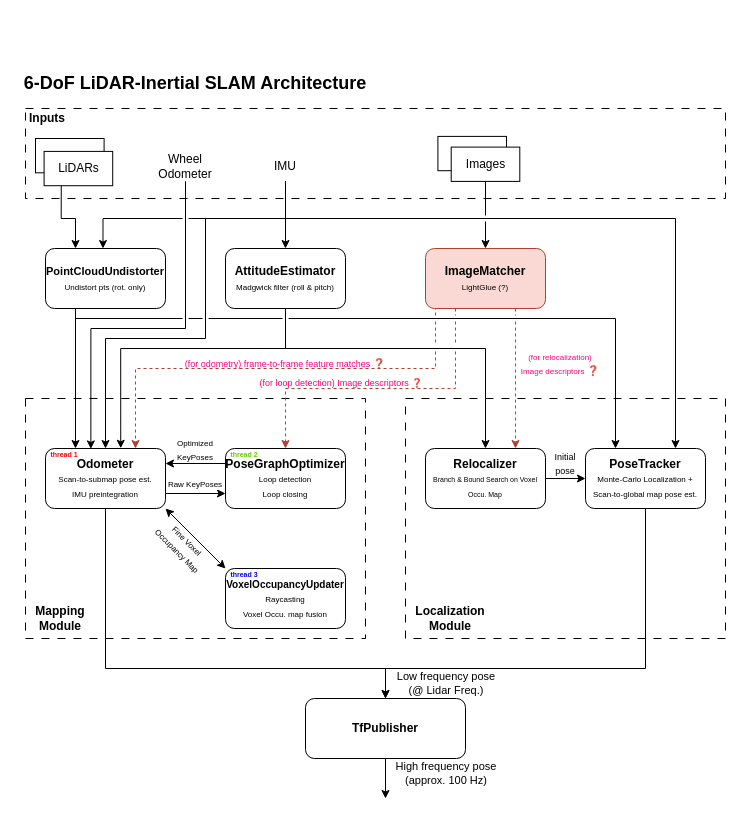
Earlier version of the draw.io diagram 3D SLAM.drawio (chkim-holiday/draw_io_storage). Source tidied: cells renumbered, new cells numbered last; positions are measured from the earlier drawing's top-left corner, leaving out a move shared by most shapes. Both pictures are drawn from the tidied source at 100%, with x=0, y=0 at pixel (17, 68).
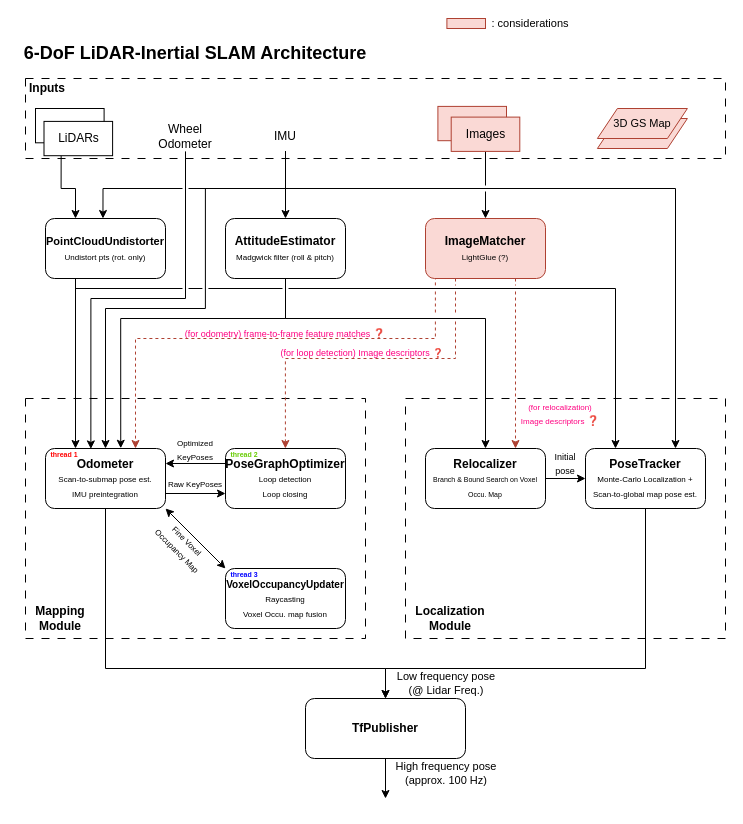
Above is the later version.

Unchanged cells that the change refers to:
```xml
<mxCell id="25" value="&lt;b&gt;PoseGraphOptimizer&lt;/b&gt;&lt;div&gt;&lt;font style=&quot;font-size: 8px;&quot;&gt;Loop detection&lt;/font&gt;&lt;/div&gt;&lt;div&gt;&lt;font style=&quot;font-size: 8px;&quot;&gt;Loop closing&lt;/font&gt;&lt;/div&gt;" style="rounded=1;whiteSpace=wrap;html=1;" parent="1" vertex="1">
  <mxGeometry x="208" y="380" width="120" height="60" as="geometry" />
</mxCell>
<mxCell id="28" value="&lt;b&gt;PoseTracker&lt;/b&gt;&lt;div&gt;&lt;font style=&quot;font-size: 8px;&quot;&gt;Monte-Carlo Localization +&lt;/font&gt;&lt;/div&gt;&lt;div&gt;&lt;span style=&quot;font-size: 8px;&quot;&gt;Scan-to-global map pose est.&lt;/span&gt;&lt;/div&gt;" style="rounded=1;whiteSpace=wrap;html=1;" parent="1" vertex="1">
  <mxGeometry x="568" y="380" width="120" height="60" as="geometry" />
</mxCell>
<mxCell id="30" value="&lt;b&gt;Relocalizer&lt;/b&gt;&lt;div&gt;&lt;font style=&quot;font-size: 7px;&quot;&gt;Branch &amp;amp; Bound Search on Voxel Occu. Map&lt;/font&gt;&lt;/div&gt;" style="rounded=1;whiteSpace=wrap;html=1;" parent="1" vertex="1">
  <mxGeometry x="408" y="380" width="120" height="60" as="geometry" />
</mxCell>
<mxCell id="34" value="&lt;b&gt;Odometer&lt;/b&gt;&lt;div&gt;&lt;font style=&quot;font-size: 8px;&quot;&gt;Scan-to-submap pose est.&lt;/font&gt;&lt;/div&gt;&lt;div&gt;&lt;font style=&quot;font-size: 8px;&quot;&gt;IMU preintegration&lt;/font&gt;&lt;/div&gt;" style="rounded=1;whiteSpace=wrap;html=1;" parent="1" vertex="1">
  <mxGeometry x="28" y="380" width="120" height="60" as="geometry" />
</mxCell>
```

What changed in the source:
```diff
@@
-    <mxCell id="2" style="rounded=0;whiteSpace=wrap;html=1;dashed=1;dashPattern=8 8;" parent="1" vertex="1">
+    <mxCell id="2" style="rounded=0;whiteSpace=wrap;html=1;dashed=1;dashPattern=8 8;fillColor=none;" parent="1" vertex="1">
       <mxGeometry x="8" y="330" width="340" height="240" as="geometry" />
     </mxCell>
-    <mxCell id="3" value="&lt;font style=&quot;font-size: 8px;&quot;&gt;Optimized KeyPoses&lt;/font&gt;" style="text;html=1;whiteSpace=wrap;strokeColor=none;fillColor=none;align=center;verticalAlign=middle;rounded=0;fontFamily=Helvetica;fontSize=11;fontColor=default;labelBackgroundColor=default;" parent="1" vertex="1">
+    <mxCell id="3" value="&lt;font style=&quot;font-size: 8px;&quot;&gt;Optimized KeyPoses&lt;/font&gt;" style="text;html=1;whiteSpace=wrap;strokeColor=none;fillColor=none;align=center;verticalAlign=middle;rounded=0;fontFamily=Helvetica;fontSize=11;fontColor=default;labelBackgroundColor=none;" parent="1" vertex="1">
       <mxGeometry x="148" y="369" width="60" height="24" as="geometry" />
     </mxCell>
-    <mxCell id="4" style="rounded=0;whiteSpace=wrap;html=1;dashed=1;dashPattern=8 8;" parent="1" vertex="1">
+    <mxCell id="4" style="rounded=0;whiteSpace=wrap;html=1;dashed=1;dashPattern=8 8;fillColor=none;" parent="1" vertex="1">
       <mxGeometry x="388" y="330" width="320" height="240" as="geometry" />
     </mxCell>
     <mxCell id="5" style="rounded=0;whiteSpace=wrap;html=1;dashed=1;dashPattern=8 8;" parent="1" vertex="1">
-      <mxGeometry x="8" y="40" width="700" height="90" as="geometry" />
+      <mxGeometry x="8" y="10" width="700" height="80" as="geometry" />
     </mxCell>
@@
     <mxCell id="7" style="edgeStyle=orthogonalEdgeStyle;shape=connector;rounded=0;jumpStyle=gap;jettySize=auto;html=1;exitX=0.5;exitY=1;exitDx=0;exitDy=0;entryX=0.5;entryY=0;entryDx=0;entryDy=0;strokeColor=default;align=center;verticalAlign=middle;fontFamily=Helvetica;fontSize=11;fontColor=default;labelBackgroundColor=default;endArrow=classic;" parent="1" edge="1" source="9" target="34">
       <mxGeometry relative="1" as="geometry">
         <Array as="points">
-          <mxPoint x="268" y="150" />
-          <mxPoint x="188" y="150" />
-          <mxPoint x="188" y="270" />
-          <mxPoint x="88" y="270" />
+          <mxPoint x="267.9" y="120" />
+          <mxPoint x="187.9" y="120" />
+          <mxPoint x="187.9" y="240" />
+          <mxPoint x="87.9" y="240" />
         </Array>
       </mxGeometry>
     </mxCell>
     <mxCell id="8" style="edgeStyle=orthogonalEdgeStyle;shape=connector;rounded=0;jumpStyle=gap;jettySize=auto;html=1;exitX=0.5;exitY=1;exitDx=0;exitDy=0;entryX=0.75;entryY=0;entryDx=0;entryDy=0;strokeColor=default;align=center;verticalAlign=middle;fontFamily=Helvetica;fontSize=11;fontColor=default;labelBackgroundColor=default;endArrow=classic;" parent="1" edge="1" source="9" target="28">
       <mxGeometry relative="1" as="geometry">
         <Array as="points">
-          <mxPoint x="268" y="150" />
-          <mxPoint x="658" y="150" />
+          <mxPoint x="267.9" y="120" />
+          <mxPoint x="657.9" y="120" />
         </Array>
       </mxGeometry>
     </mxCell>
     <mxCell id="9" value="IMU" style="text;html=1;whiteSpace=wrap;strokeColor=none;fillColor=none;align=center;verticalAlign=middle;rounded=0;" parent="1" vertex="1">
-      <mxGeometry x="248" y="82.9" width="40" height="30" as="geometry" />
+      <mxGeometry x="248" y="52.9" width="40" height="30" as="geometry" />
     </mxCell>
     <mxCell id="10" style="edgeStyle=orthogonalEdgeStyle;shape=connector;rounded=0;jumpStyle=gap;jettySize=auto;html=1;exitX=0.5;exitY=1;exitDx=0;exitDy=0;strokeColor=default;align=center;verticalAlign=middle;fontFamily=Helvetica;fontSize=11;fontColor=default;labelBackgroundColor=default;endArrow=classic;entryX=0.378;entryY=0.007;entryDx=0;entryDy=0;entryPerimeter=0;" parent="1" edge="1" source="11" target="34">
       <mxGeometry relative="1" as="geometry">
         <Array as="points">
-          <mxPoint x="168" y="260" />
-          <mxPoint x="73" y="260" />
-          <mxPoint x="73" y="380" />
+          <mxPoint x="167.9" y="230" />
+          <mxPoint x="72.9" y="230" />
+          <mxPoint x="72.9" y="380" />
         </Array>
       </mxGeometry>
     </mxCell>
     <mxCell id="11" value="Wheel&lt;br&gt;Odometer" style="text;html=1;whiteSpace=wrap;strokeColor=none;fillColor=none;align=center;verticalAlign=middle;rounded=0;" parent="1" vertex="1">
-      <mxGeometry x="148" y="82.9" width="40" height="30" as="geometry" />
+      <mxGeometry x="148" y="52.9" width="40" height="30" as="geometry" />
     </mxCell>
     <mxCell id="12" value="&lt;b&gt;Inputs&lt;/b&gt;" style="text;html=1;whiteSpace=wrap;strokeColor=none;fillColor=none;align=center;verticalAlign=middle;rounded=0;" parent="1" vertex="1">
-      <mxGeometry x="8" y="40" width="43.9" height="20" as="geometry" />
+      <mxGeometry x="8" y="10" width="43.9" height="20" as="geometry" />
     </mxCell>
     <mxCell id="13" value="&lt;b&gt;&lt;font style=&quot;font-size: 18px;&quot;&gt;6-DoF LiDAR-Inertial SLAM Architecture&lt;/font&gt;&lt;/b&gt;" style="text;html=1;whiteSpace=wrap;strokeColor=none;fillColor=none;align=center;verticalAlign=middle;rounded=0;" parent="1" vertex="1">
-      <mxGeometry x="-0.1" width="356.1" height="30" as="geometry" />
+      <mxGeometry x="-0.1" y="-30" width="356.1" height="30" as="geometry" />
     </mxCell>
     <mxCell id="14" style="rounded=0;whiteSpace=wrap;html=1;" parent="1" vertex="1">
-      <mxGeometry x="18" y="70" width="68.6" height="34.3" as="geometry" />
+      <mxGeometry x="18" y="40" width="68.6" height="34.3" as="geometry" />
     </mxCell>
     <mxCell id="15" style="edgeStyle=orthogonalEdgeStyle;rounded=0;jettySize=auto;html=1;exitX=0.25;exitY=1;exitDx=0;exitDy=0;entryX=0.25;entryY=0;entryDx=0;entryDy=0;jumpStyle=gap;shadow=0;flowAnimation=0;" parent="1" edge="1" source="16" target="21">
       <mxGeometry relative="1" as="geometry">
         <Array as="points">
-          <mxPoint x="44" y="150" />
-          <mxPoint x="58" y="150" />
+          <mxPoint x="44" y="120" />
+          <mxPoint x="58" y="120" />
         </Array>
       </mxGeometry>
     </mxCell>
     <mxCell id="16" value="LiDARs" style="rounded=0;whiteSpace=wrap;html=1;" parent="1" vertex="1">
-      <mxGeometry x="26.6" y="82.9" width="68.6" height="34.3" as="geometry" />
+      <mxGeometry x="26.5" y="52.9" width="68.6" height="34.3" as="geometry" />
     </mxCell>
-    <mxCell id="17" style="rounded=0;whiteSpace=wrap;html=1;" parent="1" vertex="1">
-      <mxGeometry x="420.4" y="67.9" width="68.6" height="34.3" as="geometry" />
+    <mxCell id="17" style="rounded=0;whiteSpace=wrap;html=1;fillColor=#fad9d5;strokeColor=#ae4132;" parent="1" vertex="1">
+      <mxGeometry x="420.4" y="37.9" width="68.6" height="34.3" as="geometry" />
     </mxCell>
     <mxCell id="18" style="edgeStyle=orthogonalEdgeStyle;shape=connector;rounded=0;jumpStyle=gap;jettySize=auto;html=1;exitX=0.5;exitY=1;exitDx=0;exitDy=0;entryX=0.5;entryY=0;entryDx=0;entryDy=0;strokeColor=default;align=center;verticalAlign=middle;fontFamily=Helvetica;fontSize=11;fontColor=default;labelBackgroundColor=default;endArrow=classic;" parent="1" edge="1" source="19" target="36">
       <mxGeometry relative="1" as="geometry">
         <Array as="points">
-          <mxPoint x="468" y="150" />
-          <mxPoint x="468" y="150" />
+          <mxPoint x="468" y="120" />
+          <mxPoint x="468" y="120" />
         </Array>
       </mxGeometry>
     </mxCell>
-    <mxCell id="19" value="Images" style="rounded=0;whiteSpace=wrap;html=1;" parent="1" vertex="1">
-      <mxGeometry x="433.7" y="78.6" width="68.6" height="34.3" as="geometry" />
+    <mxCell id="19" value="Images" style="rounded=0;whiteSpace=wrap;html=1;fillColor=#fad9d5;strokeColor=#ae4132;" parent="1" vertex="1">
+      <mxGeometry x="433.7" y="48.6" width="68.6" height="34.3" as="geometry" />
     </mxCell>
@@
     <mxCell id="21" value="&lt;b&gt;&lt;font style=&quot;font-size: 11px;&quot;&gt;PointCloudUndistorter&lt;/font&gt;&lt;/b&gt;&lt;div&gt;&lt;font style=&quot;font-size: 8px;&quot;&gt;Undistort pts (rot. only)&lt;/font&gt;&lt;/div&gt;" style="rounded=1;whiteSpace=wrap;html=1;" parent="1" vertex="1">
-      <mxGeometry x="28" y="180" width="120" height="60" as="geometry" />
+      <mxGeometry x="28" y="150" width="120" height="60" as="geometry" />
     </mxCell>
     <mxCell id="22" style="edgeStyle=orthogonalEdgeStyle;shape=connector;rounded=0;jumpStyle=gap;jettySize=auto;html=1;exitX=0.5;exitY=1;exitDx=0;exitDy=0;entryX=0.5;entryY=0;entryDx=0;entryDy=0;strokeColor=default;align=center;verticalAlign=middle;fontFamily=Helvetica;fontSize=11;fontColor=default;labelBackgroundColor=default;endArrow=classic;" parent="1" edge="1" source="23" target="30">
       <mxGeometry relative="1" as="geometry">
         <Array as="points">
-          <mxPoint x="268" y="280" />
-          <mxPoint x="468" y="280" />
+          <mxPoint x="267.9" y="250" />
+          <mxPoint x="467.9" y="250" />
         </Array>
       </mxGeometry>
     </mxCell>
     <mxCell id="23" value="&lt;b&gt;AttitudeEstimator&lt;/b&gt;&lt;div&gt;&lt;font style=&quot;font-size: 8px;&quot;&gt;Madgwick filter (roll &amp;amp; pitch)&lt;/font&gt;&lt;/div&gt;" style="rounded=1;whiteSpace=wrap;html=1;" parent="1" vertex="1">
-      <mxGeometry x="208" y="180" width="120" height="60" as="geometry" />
+      <mxGeometry x="208" y="150" width="120" height="60" as="geometry" />
     </mxCell>
@@
     <mxCell id="29" style="edgeStyle=orthogonalEdgeStyle;rounded=0;jettySize=auto;html=1;exitX=0.5;exitY=1;exitDx=0;exitDy=0;entryX=0.479;entryY=0;entryDx=0;entryDy=0;entryPerimeter=0;jumpStyle=gap;" parent="1" edge="1" source="9" target="21">
       <mxGeometry relative="1" as="geometry">
         <Array as="points">
-          <mxPoint x="268" y="150" />
-          <mxPoint x="86" y="150" />
+          <mxPoint x="268" y="120" />
+          <mxPoint x="86" y="120" />
         </Array>
       </mxGeometry>
     </mxCell>
@@
     <mxCell id="35" style="edgeStyle=orthogonalEdgeStyle;shape=connector;rounded=0;jumpStyle=gap;jettySize=auto;html=1;exitX=0.5;exitY=1;exitDx=0;exitDy=0;entryX=0.627;entryY=-0.004;entryDx=0;entryDy=0;strokeColor=default;align=center;verticalAlign=middle;fontFamily=Helvetica;fontSize=11;fontColor=default;labelBackgroundColor=default;endArrow=classic;entryPerimeter=0;" parent="1" edge="1" source="23" target="34">
       <mxGeometry relative="1" as="geometry">
         <Array as="points">
-          <mxPoint x="268" y="280" />
-          <mxPoint x="103" y="280" />
-          <mxPoint x="103" y="380" />
+          <mxPoint x="267.9" y="250" />
+          <mxPoint x="102.9" y="250" />
+          <mxPoint x="102.9" y="380" />
         </Array>
       </mxGeometry>
     </mxCell>
     <mxCell id="36" value="&lt;b&gt;ImageMatcher&lt;/b&gt;&lt;div&gt;&lt;font style=&quot;font-size: 8px;&quot;&gt;LightGlue (?)&lt;/font&gt;&lt;/div&gt;" style="rounded=1;whiteSpace=wrap;html=1;fillColor=#fad9d5;strokeColor=#ae4132;" parent="1" vertex="1">
-      <mxGeometry x="408" y="180" width="120" height="60" as="geometry" />
+      <mxGeometry x="408" y="150" width="120" height="60" as="geometry" />
     </mxCell>
@@
     <mxCell id="38" style="edgeStyle=orthogonalEdgeStyle;shape=connector;rounded=0;jumpStyle=gap;jettySize=auto;html=1;exitX=0.25;exitY=1;exitDx=0;exitDy=0;entryX=0.25;entryY=0;entryDx=0;entryDy=0;strokeColor=default;align=center;verticalAlign=middle;fontFamily=Helvetica;fontSize=11;fontColor=default;labelBackgroundColor=default;endArrow=classic;" parent="1" edge="1" source="21" target="28">
       <mxGeometry relative="1" as="geometry">
         <Array as="points">
-          <mxPoint x="58" y="250" />
-          <mxPoint x="598" y="250" />
+          <mxPoint x="57.9" y="220" />
+          <mxPoint x="597.9" y="220" />
         </Array>
       </mxGeometry>
     </mxCell>
-    <mxCell id="39" value="&lt;font style=&quot;font-size: 8px;&quot;&gt;Fine Voxel Occupancy Map&lt;/font&gt;" style="text;html=1;whiteSpace=wrap;strokeColor=none;fillColor=none;align=center;verticalAlign=middle;rounded=0;fontFamily=Helvetica;fontSize=11;fontColor=default;labelBackgroundColor=default;rotation=45;" parent="1" vertex="1">
+    <mxCell id="39" value="&lt;font style=&quot;font-size: 8px;&quot;&gt;Fine Voxel Occupancy Map&lt;/font&gt;" style="text;html=1;whiteSpace=wrap;strokeColor=none;fillColor=none;align=center;verticalAlign=middle;rounded=0;fontFamily=Helvetica;fontSize=11;fontColor=default;labelBackgroundColor=none;rotation=45;" parent="1" vertex="1">
       <mxGeometry x="135.5" y="466.5" width="60" height="20" as="geometry" />
     </mxCell>
-    <mxCell id="40" value="&lt;font style=&quot;font-size: 8px;&quot;&gt;Raw KeyPoses&lt;/font&gt;" style="text;html=1;whiteSpace=wrap;strokeColor=none;fillColor=none;align=center;verticalAlign=middle;rounded=0;fontFamily=Helvetica;fontSize=11;fontColor=default;labelBackgroundColor=default;" parent="1" vertex="1">
+    <mxCell id="40" value="&lt;font style=&quot;font-size: 8px;&quot;&gt;Raw KeyPoses&lt;/font&gt;" style="text;html=1;whiteSpace=wrap;strokeColor=none;fillColor=none;align=center;verticalAlign=middle;rounded=0;fontFamily=Helvetica;fontSize=11;fontColor=default;labelBackgroundColor=none;" parent="1" vertex="1">
       <mxGeometry x="148" y="410" width="60" height="10" as="geometry" />
     </mxCell>
@@
-    <mxCell id="44" value="&lt;b&gt;&lt;font style=&quot;font-size: 12px;&quot;&gt;Mapping Module&lt;/font&gt;&lt;/b&gt;" style="text;html=1;whiteSpace=wrap;strokeColor=none;fillColor=none;align=center;verticalAlign=middle;rounded=0;fontFamily=Helvetica;fontSize=11;fontColor=default;labelBackgroundColor=default;" parent="1" vertex="1">
+    <mxCell id="44" value="&lt;b&gt;&lt;font style=&quot;font-size: 12px;&quot;&gt;Mapping Module&lt;/font&gt;&lt;/b&gt;" style="text;html=1;whiteSpace=wrap;strokeColor=none;fillColor=none;align=center;verticalAlign=middle;rounded=0;fontFamily=Helvetica;fontSize=11;fontColor=default;labelBackgroundColor=none;" parent="1" vertex="1">
       <mxGeometry x="8" y="530" width="70" height="40" as="geometry" />
     </mxCell>
-    <mxCell id="45" value="&lt;b&gt;&lt;font style=&quot;font-size: 12px;&quot;&gt;Localization&lt;/font&gt;&lt;/b&gt;&lt;div&gt;&lt;b&gt;&lt;font style=&quot;font-size: 12px;&quot;&gt;Module&lt;/font&gt;&lt;/b&gt;&lt;/div&gt;" style="text;html=1;whiteSpace=wrap;strokeColor=none;fillColor=none;align=center;verticalAlign=middle;rounded=0;fontFamily=Helvetica;fontSize=11;fontColor=default;labelBackgroundColor=default;" parent="1" vertex="1">
+    <mxCell id="45" value="&lt;b&gt;&lt;font style=&quot;font-size: 12px;&quot;&gt;Localization&lt;/font&gt;&lt;/b&gt;&lt;div&gt;&lt;b&gt;&lt;font style=&quot;font-size: 12px;&quot;&gt;Module&lt;/font&gt;&lt;/b&gt;&lt;/div&gt;" style="text;html=1;whiteSpace=wrap;strokeColor=none;fillColor=none;align=center;verticalAlign=middle;rounded=0;fontFamily=Helvetica;fontSize=11;fontColor=default;labelBackgroundColor=none;" parent="1" vertex="1">
       <mxGeometry x="388" y="530" width="90" height="40" as="geometry" />
     </mxCell>
@@
-    <mxCell id="50" value="&lt;div&gt;&lt;span&gt;&lt;font style=&quot;font-size: 8px;&quot;&gt;(for relocalization)&lt;/font&gt;&lt;/span&gt;&lt;/div&gt;&lt;span&gt;&lt;font style=&quot;font-size: 8px;&quot;&gt;Image descriptors&amp;nbsp;&lt;/font&gt;&lt;span style=&quot;font-size: x-small;&quot;&gt;❓&lt;/span&gt;&lt;/span&gt;" style="text;html=1;whiteSpace=wrap;strokeColor=none;fillColor=none;align=center;verticalAlign=middle;rounded=0;fontFamily=Helvetica;fontSize=11;fontColor=#FF0080;labelBackgroundColor=default;" parent="1" vertex="1">
-      <mxGeometry x="498" y="280" width="90" height="30" as="geometry" />
+    <mxCell id="50" value="&lt;div&gt;&lt;span&gt;&lt;font style=&quot;font-size: 8px;&quot;&gt;(for relocalization)&lt;/font&gt;&lt;/span&gt;&lt;/div&gt;&lt;span&gt;&lt;font style=&quot;font-size: 8px;&quot;&gt;Image descriptors&amp;nbsp;&lt;/font&gt;&lt;span style=&quot;font-size: x-small;&quot;&gt;❓&lt;/span&gt;&lt;/span&gt;" style="text;html=1;whiteSpace=wrap;strokeColor=none;fillColor=none;align=center;verticalAlign=middle;rounded=0;fontFamily=Helvetica;fontSize=11;fontColor=#FF0080;labelBackgroundColor=none;" parent="1" vertex="1">
+      <mxGeometry x="498" y="330" width="90" height="30" as="geometry" />
     </mxCell>
     <mxCell id="51" value="&lt;font style=&quot;font-size: 9px;&quot;&gt;(for odometry) frame-to-frame feature matches&amp;nbsp;&lt;/font&gt;&lt;span style=&quot;font-size: x-small;&quot;&gt;❓&lt;/span&gt;" style="text;html=1;whiteSpace=wrap;strokeColor=none;fillColor=none;align=center;verticalAlign=middle;rounded=0;fontFamily=Helvetica;fontSize=8;fontColor=#FF0080;labelBackgroundColor=none;" parent="1" vertex="1">
-      <mxGeometry x="158" y="290" width="220" height="10" as="geometry" />
+      <mxGeometry x="158" y="260" width="220" height="10" as="geometry" />
     </mxCell>
-    <mxCell id="52" value="&lt;font style=&quot;font-size: 9px;&quot;&gt;Initial&lt;/font&gt;&lt;div&gt;&lt;font style=&quot;font-size: 9px;&quot;&gt;pose&lt;/font&gt;&lt;/div&gt;" style="text;html=1;whiteSpace=wrap;strokeColor=none;fillColor=none;align=center;verticalAlign=middle;rounded=0;fontFamily=Helvetica;fontSize=11;fontColor=default;labelBackgroundColor=default;" parent="1" vertex="1">
+    <mxCell id="52" value="&lt;font style=&quot;font-size: 9px;&quot;&gt;Initial&lt;/font&gt;&lt;div&gt;&lt;font style=&quot;font-size: 9px;&quot;&gt;pose&lt;/font&gt;&lt;/div&gt;" style="text;html=1;whiteSpace=wrap;strokeColor=none;fillColor=none;align=center;verticalAlign=middle;rounded=0;fontFamily=Helvetica;fontSize=11;fontColor=default;labelBackgroundColor=none;" parent="1" vertex="1">
       <mxGeometry x="533" y="380" width="30" height="30" as="geometry" />
     </mxCell>
     <mxCell id="53" style="edgeStyle=orthogonalEdgeStyle;shape=connector;rounded=0;jumpStyle=gap;jettySize=auto;html=1;exitX=0.25;exitY=1;exitDx=0;exitDy=0;strokeColor=#ae4132;align=center;verticalAlign=middle;fontFamily=Helvetica;fontSize=11;fontColor=default;labelBackgroundColor=default;endArrow=classic;fillColor=#fad9d5;dashed=1;" parent="1" edge="1" source="36" target="25">
       <mxGeometry relative="1" as="geometry">
         <Array as="points">
-          <mxPoint x="438" y="320" />
-          <mxPoint x="268" y="320" />
+          <mxPoint x="437.9" y="290" />
+          <mxPoint x="267.9" y="290" />
         </Array>
       </mxGeometry>
     </mxCell>
     <mxCell id="54" style="edgeStyle=orthogonalEdgeStyle;shape=connector;rounded=0;jumpStyle=gap;jettySize=auto;html=1;exitX=0.25;exitY=1;exitDx=0;exitDy=0;entryX=0.75;entryY=0;entryDx=0;entryDy=0;strokeColor=#ae4132;align=center;verticalAlign=middle;fontFamily=Helvetica;fontSize=11;fontColor=default;labelBackgroundColor=default;endArrow=classic;dashed=1;fillColor=#fad9d5;" parent="1" edge="1" source="36" target="34">
       <mxGeometry relative="1" as="geometry">
         <Array as="points">
-          <mxPoint x="418" y="240" />
-          <mxPoint x="418" y="300" />
-          <mxPoint x="118" y="300" />
+          <mxPoint x="417.9" y="210" />
+          <mxPoint x="417.9" y="270" />
+          <mxPoint x="117.9" y="270" />
         </Array>
       </mxGeometry>
     </mxCell>
@@
     <mxCell id="56" value="&lt;font style=&quot;font-size: 9px;&quot;&gt;(for loop detection) Image descriptors ❓&lt;/font&gt;" style="text;html=1;whiteSpace=wrap;strokeColor=none;fillColor=none;align=center;verticalAlign=middle;rounded=0;fontFamily=Helvetica;fontSize=8;fontColor=#FF0080;labelBackgroundColor=none;" parent="1" vertex="1">
-      <mxGeometry x="233.7" y="310" width="180" height="10" as="geometry" />
+      <mxGeometry x="259.9" y="280" width="170" height="10" as="geometry" />
     </mxCell>
+    <mxCell id="57" style="rounded=0;whiteSpace=wrap;html=1;fillColor=#fad9d5;strokeColor=#ae4132;" parent="1" vertex="1">
+      <mxGeometry x="429.4" y="-50" width="38.6" height="10" as="geometry" />
+    </mxCell>
+    <mxCell id="58" value=": considerations" style="text;html=1;whiteSpace=wrap;strokeColor=none;fillColor=none;align=center;verticalAlign=middle;rounded=0;fontFamily=Helvetica;fontSize=11;fontColor=default;labelBackgroundColor=default;" parent="1" vertex="1">
+      <mxGeometry x="458" y="-50" width="110" height="10" as="geometry" />
+    </mxCell>
+    <mxCell id="59" style="group;" parent="1" vertex="1">
+      <mxGeometry x="579.9" y="40" width="90" height="40" as="geometry" />
+    </mxCell>
+    <mxCell id="60" style="shape=parallelogram;perimeter=parallelogramPerimeter;whiteSpace=wrap;html=1;fixedSize=1;fontFamily=Helvetica;fontSize=11;labelBackgroundColor=default;fillColor=#fad9d5;strokeColor=#ae4132;" parent="59" vertex="1">
+      <mxGeometry y="10" width="90" height="30" as="geometry" />
+    </mxCell>
+    <mxCell id="61" value="&lt;span&gt;3D GS Map&lt;/span&gt;" style="shape=parallelogram;perimeter=parallelogramPerimeter;whiteSpace=wrap;html=1;fixedSize=1;fontFamily=Helvetica;fontSize=11;labelBackgroundColor=none;fillColor=#fad9d5;strokeColor=#ae4132;" parent="59" vertex="1">
+      <mxGeometry width="90" height="30" as="geometry" />
+    </mxCell>
```
